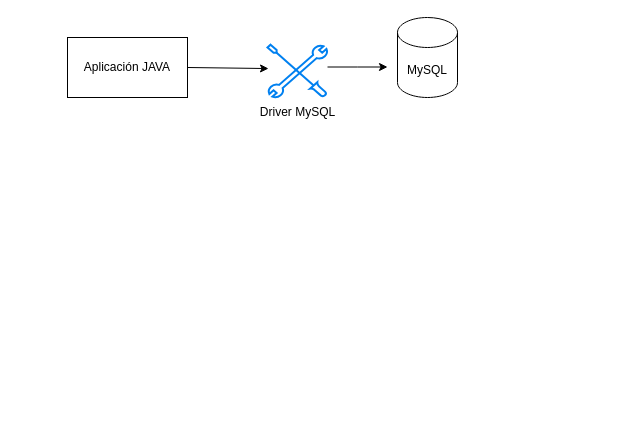
Above: Untitled Diagram.drawio in fmtorrejon/app.diagrams.net (draw.io), before the change. Source tidied: cells renumbered, new cells numbered last; positions are measured from the earlier drawing's top-left corner, leaving out a move shared by most shapes. Both pictures are drawn from the tidied source at 100%, with x=0, y=0 at pixel (67, 17).
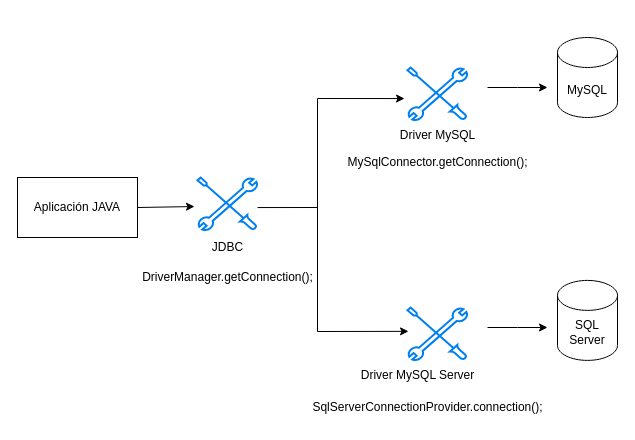
The same diagram, later.

What changed in the source:
```diff
@@
     <mxCell id="2" value="Aplicación JAVA" style="rounded=0;whiteSpace=wrap;html=1;" parent="1" vertex="1">
-      <mxGeometry y="20" width="120" height="60" as="geometry" />
+      <mxGeometry x="-50" y="160" width="120" height="60" as="geometry" />
     </mxCell>
     <mxCell id="3" value="MySQL&lt;br&gt;" style="shape=cylinder3;whiteSpace=wrap;html=1;boundedLbl=1;backgroundOutline=1;size=15;" parent="1" vertex="1">
-      <mxGeometry x="330" width="60" height="80" as="geometry" />
+      <mxGeometry x="490" y="20" width="60" height="80" as="geometry" />
     </mxCell>
     <mxCell id="4" style="html=1;verticalLabelPosition=bottom;align=center;labelBackgroundColor=#ffffff;verticalAlign=top;strokeWidth=2;strokeColor=#0080F0;shadow=0;dashed=0;shape=mxgraph.ios7.icons.tools;" parent="1" vertex="1">
-      <mxGeometry x="200" y="27.2" width="60" height="52.9" as="geometry" />
+      <mxGeometry x="340" y="50" width="60" height="52.9" as="geometry" />
     </mxCell>
     <mxCell id="5" style="endArrow=classic;html=1;rounded=0;" parent="1" edge="1">
       <mxGeometry relative="1" as="geometry">
-        <mxPoint x="260" y="49.5" as="sourcePoint" />
-        <mxPoint x="320" y="49.5" as="targetPoint" />
+        <mxPoint x="420" y="70" as="sourcePoint" />
+        <mxPoint x="480" y="70" as="targetPoint" />
         <Array as="points">
-          <mxPoint x="290" y="49.5" />
+          <mxPoint x="450" y="70" />
         </Array>
       </mxGeometry>
     </mxCell>
-    <mxCell id="6" style="endArrow=classic;html=1;rounded=0;entryX=0.017;entryY=0.451;entryDx=0;entryDy=0;entryPerimeter=0;" parent="1" edge="1" target="4">
+    <mxCell id="6" style="endArrow=classic;html=1;rounded=0;entryX=-0.05;entryY=0.587;entryDx=0;entryDy=0;entryPerimeter=0;exitX=1;exitY=0.568;exitDx=0;exitDy=0;exitPerimeter=0;" parent="1" edge="1" source="15" target="4">
       <mxGeometry relative="1" as="geometry">
-        <mxPoint x="120" y="50" as="sourcePoint" />
+        <Array as="points">
+          <mxPoint x="250" y="190" />
+          <mxPoint x="250" y="81" />
+        </Array>
       </mxGeometry>
     </mxCell>
     <mxCell id="7" value="Driver MySQL" style="text;html=1;align=center;verticalAlign=middle;strokeColor=none;fillColor=none;" parent="1" vertex="1">
-      <mxGeometry x="180" y="80" width="100" height="30" as="geometry" />
+      <mxGeometry x="320" y="102.9" width="100" height="30" as="geometry" />
     </mxCell>
+    <mxCell id="8" value="MySqlConnector.getConnection();" style="text;html=1;align=center;verticalAlign=middle;strokeColor=none;fillColor=none;" parent="1" vertex="1">
+      <mxGeometry x="270" y="130" width="200" height="30" as="geometry" />
+    </mxCell>
+    <mxCell id="9" value="SQL Server" style="shape=cylinder3;whiteSpace=wrap;html=1;boundedLbl=1;backgroundOutline=1;size=15;" parent="1" vertex="1">
+      <mxGeometry x="490" y="262.9" width="60" height="80" as="geometry" />
+    </mxCell>
+    <mxCell id="10" style="html=1;verticalLabelPosition=bottom;align=center;labelBackgroundColor=#ffffff;verticalAlign=top;strokeWidth=2;strokeColor=#0080F0;shadow=0;dashed=0;shape=mxgraph.ios7.icons.tools;" parent="1" vertex="1">
+      <mxGeometry x="340" y="290" width="60" height="52.9" as="geometry" />
+    </mxCell>
+    <mxCell id="11" style="endArrow=classic;html=1;rounded=0;" parent="1" edge="1">
+      <mxGeometry relative="1" as="geometry">
+        <mxPoint x="420" y="310" as="sourcePoint" />
+        <mxPoint x="480" y="310" as="targetPoint" />
+        <Array as="points">
+          <mxPoint x="450" y="310" />
+        </Array>
+      </mxGeometry>
+    </mxCell>
+    <mxCell id="12" style="endArrow=classic;html=1;rounded=0;entryX=0.017;entryY=0.451;entryDx=0;entryDy=0;entryPerimeter=0;" parent="1" edge="1" target="10">
+      <mxGeometry relative="1" as="geometry">
+        <mxPoint x="250" y="180" as="sourcePoint" />
+        <Array as="points">
+          <mxPoint x="250" y="314" />
+        </Array>
+      </mxGeometry>
+    </mxCell>
+    <mxCell id="13" value="Driver MySQL Server" style="text;html=1;align=center;verticalAlign=middle;strokeColor=none;fillColor=none;" parent="1" vertex="1">
+      <mxGeometry x="280" y="342.9" width="140" height="30" as="geometry" />
+    </mxCell>
+    <mxCell id="14" value="SqlServerConnectionProvider.connection();" style="text;html=1;align=center;verticalAlign=middle;strokeColor=none;fillColor=none;" parent="1" vertex="1">
+      <mxGeometry x="235" y="375" width="250" height="30" as="geometry" />
+    </mxCell>
+    <mxCell id="15" style="html=1;verticalLabelPosition=bottom;align=center;labelBackgroundColor=#ffffff;verticalAlign=top;strokeWidth=2;strokeColor=#0080F0;shadow=0;dashed=0;shape=mxgraph.ios7.icons.tools;" parent="1" vertex="1">
+      <mxGeometry x="130" y="160" width="60" height="52.9" as="geometry" />
+    </mxCell>
+    <mxCell id="16" style="endArrow=classic;html=1;rounded=0;entryX=-0.05;entryY=0.549;entryDx=0;entryDy=0;entryPerimeter=0;" parent="1" edge="1" target="15">
+      <mxGeometry relative="1" as="geometry">
+        <mxPoint x="70" y="190" as="sourcePoint" />
+      </mxGeometry>
+    </mxCell>
+    <mxCell id="17" value="JDBC" style="text;html=1;align=center;verticalAlign=middle;strokeColor=none;fillColor=none;" parent="1" vertex="1">
+      <mxGeometry x="135" y="215" width="50" height="30" as="geometry" />
+    </mxCell>
+    <mxCell id="18" value="DriverManager.getConnection();" style="text;html=1;align=center;verticalAlign=middle;strokeColor=none;fillColor=none;" parent="1" vertex="1">
+      <mxGeometry x="65" y="245" width="190" height="30" as="geometry" />
+    </mxCell>
```
